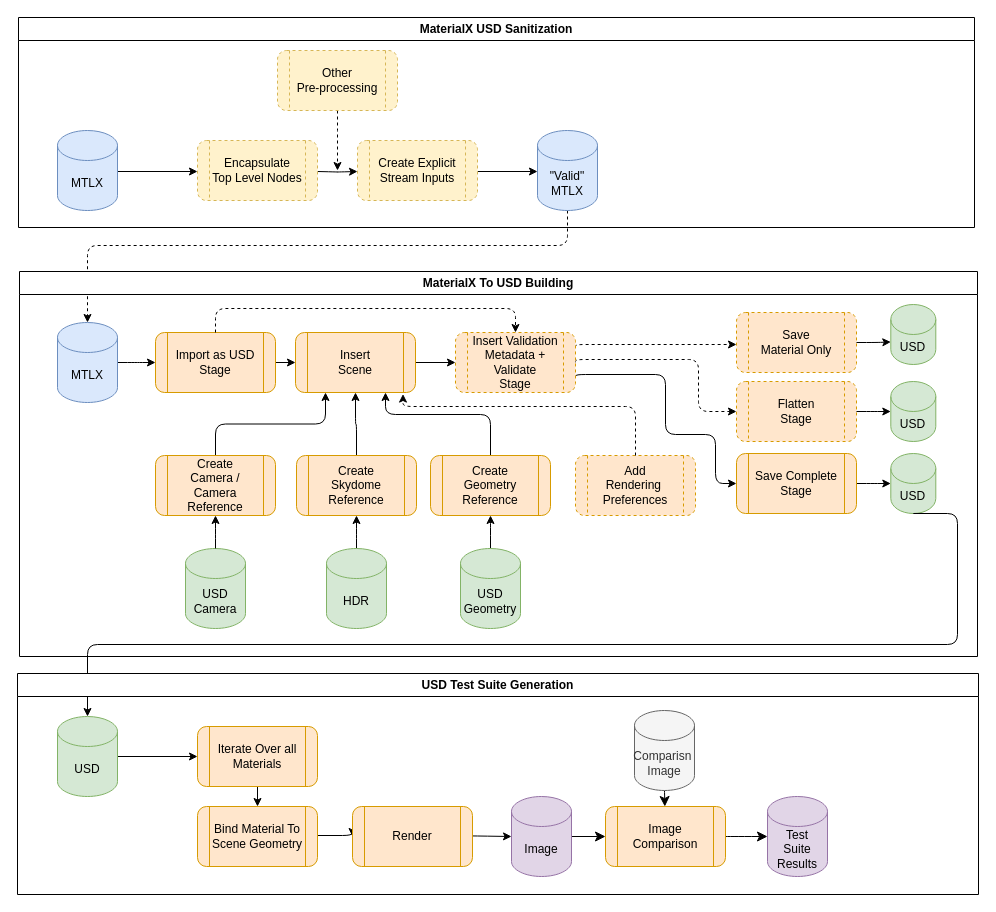
Before: documents/images/design.drawio in kwokcb/materialxusd, a draw.io diagram. Source tidied: cells renumbered, new cells numbered last; positions are measured from the earlier drawing's top-left corner, leaving out a move shared by most shapes. Both pictures are drawn from the tidied source at 100%, with x=0, y=0 at pixel (17, 17).
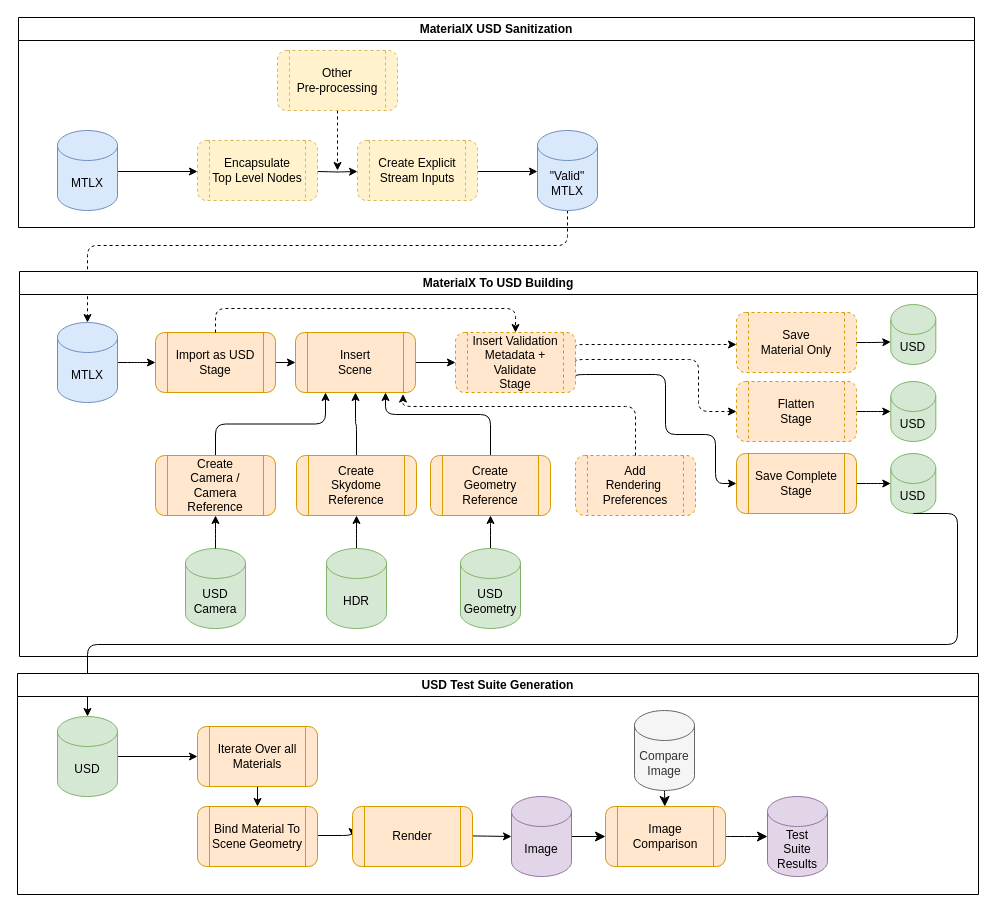
Above is the later version.

The change refers to these unchanged cells:
```xml
<mxCell id="59" value="USD Test Suite Generation" style="swimlane;whiteSpace=wrap;html=1;" parent="1" vertex="1">
  <mxGeometry y="656" width="961" height="221" as="geometry" />
</mxCell>
```

Diff of the diagram source:
```diff
@@
-    <mxCell id="64" value="Comparisn&amp;nbsp;&lt;br&gt;Image" style="shape=cylinder3;whiteSpace=wrap;html=1;boundedLbl=1;backgroundOutline=1;size=15;fillColor=#f5f5f5;strokeColor=#666666;rounded=1;fontColor=#333333;" parent="59" vertex="1">
+    <mxCell id="64" value="Compare&lt;br&gt;Image" style="shape=cylinder3;whiteSpace=wrap;html=1;boundedLbl=1;backgroundOutline=1;size=15;fillColor=#f5f5f5;strokeColor=#666666;rounded=1;fontColor=#333333;" parent="59" vertex="1">
       <mxGeometry x="617" y="37" width="60" height="80" as="geometry" />
     </mxCell>
```
